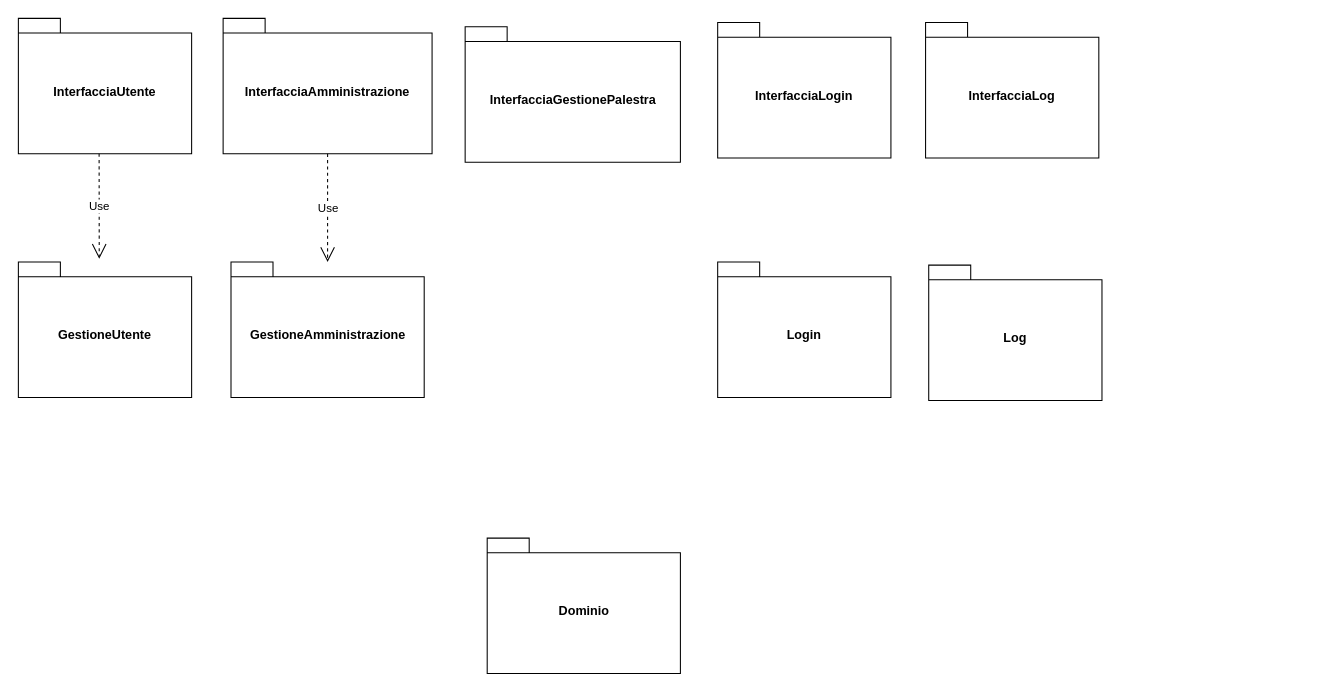
This is Diagrammi_Package/Utente.drawio from JosephBoom02/Progetto_Ingegneria_del_Software, a draw.io file, before an edit. Source tidied: cells renumbered, new cells numbered last; positions are measured from the earlier drawing's top-left corner, leaving out a move shared by most shapes. Both pictures are drawn from the tidied source at 105%, with x=0, y=0 at pixel (18, 18).
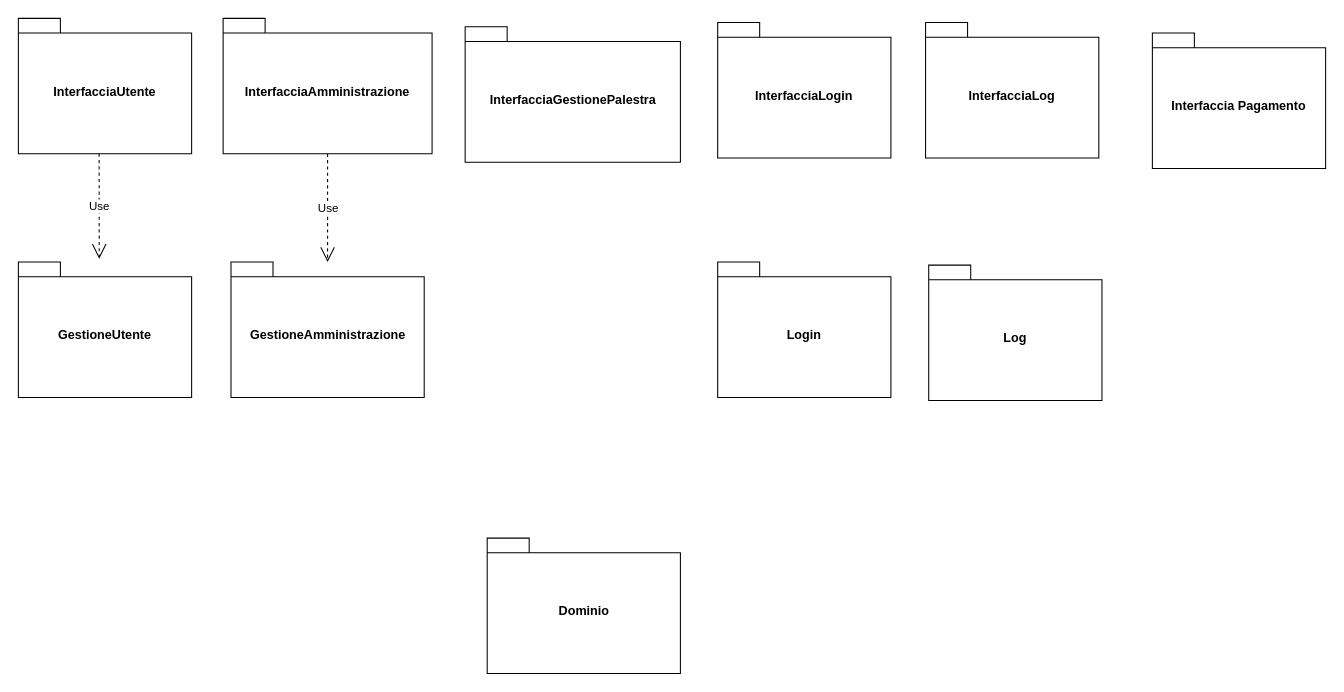
Above is the later version.

The edit, as a diff of the source:
```diff
@@
 <mxGraphModel>
   <root>
     <mxCell id="0" />
     <mxCell id="1" parent="0" />
     <mxCell id="2" value="InterfacciaUtente" style="shape=folder;fontStyle=1;spacingTop=10;tabWidth=40;tabHeight=14;tabPosition=left;html=1;whiteSpace=wrap;" parent="1" vertex="1">
       <mxGeometry width="165" height="129" as="geometry" />
     </mxCell>
     <mxCell id="3" value="InterfacciaGestionePalestra" style="shape=folder;fontStyle=1;spacingTop=10;tabWidth=40;tabHeight=14;tabPosition=left;html=1;whiteSpace=wrap;" parent="1" vertex="1">
       <mxGeometry x="425.5" y="8" width="205" height="129" as="geometry" />
     </mxCell>
     <mxCell id="4" value="InterfacciaAmministrazione" style="shape=folder;fontStyle=1;spacingTop=10;tabWidth=40;tabHeight=14;tabPosition=left;html=1;whiteSpace=wrap;" parent="1" vertex="1">
       <mxGeometry x="195" width="199" height="129" as="geometry" />
     </mxCell>
     <mxCell id="5" value="InterfacciaLogin" style="shape=folder;fontStyle=1;spacingTop=10;tabWidth=40;tabHeight=14;tabPosition=left;html=1;whiteSpace=wrap;" parent="1" vertex="1">
       <mxGeometry x="666" y="4" width="165" height="129" as="geometry" />
     </mxCell>
     <mxCell id="6" value="InterfacciaLog" style="shape=folder;fontStyle=1;spacingTop=10;tabWidth=40;tabHeight=14;tabPosition=left;html=1;whiteSpace=wrap;" parent="1" vertex="1">
       <mxGeometry x="864" y="4" width="165" height="129" as="geometry" />
     </mxCell>
     <mxCell id="7" value="GestioneUtente" style="shape=folder;fontStyle=1;spacingTop=10;tabWidth=40;tabHeight=14;tabPosition=left;html=1;whiteSpace=wrap;" parent="1" vertex="1">
       <mxGeometry y="232" width="165" height="129" as="geometry" />
     </mxCell>
     <mxCell id="8" value="GestioneAmministrazione" style="shape=folder;fontStyle=1;spacingTop=10;tabWidth=40;tabHeight=14;tabPosition=left;html=1;whiteSpace=wrap;" parent="1" vertex="1">
       <mxGeometry x="202.5" y="232" width="184" height="129" as="geometry" />
     </mxCell>
     <mxCell id="9" value="Log" style="shape=folder;fontStyle=1;spacingTop=10;tabWidth=40;tabHeight=14;tabPosition=left;html=1;whiteSpace=wrap;" parent="1" vertex="1">
       <mxGeometry x="867" y="235" width="165" height="129" as="geometry" />
     </mxCell>
     <mxCell id="10" value="Login" style="shape=folder;fontStyle=1;spacingTop=10;tabWidth=40;tabHeight=14;tabPosition=left;html=1;whiteSpace=wrap;" parent="1" vertex="1">
       <mxGeometry x="666" y="232" width="165" height="129" as="geometry" />
     </mxCell>
+    <mxCell id="14" value="Interfaccia Pagamento" style="shape=folder;fontStyle=1;spacingTop=10;tabWidth=40;tabHeight=14;tabPosition=left;html=1;whiteSpace=wrap;" parent="1" vertex="1">
+      <mxGeometry x="1080" y="14" width="165" height="129" as="geometry" />
+    </mxCell>
     <mxCell id="11" value="Dominio" style="shape=folder;fontStyle=1;spacingTop=10;tabWidth=40;tabHeight=14;tabPosition=left;html=1;whiteSpace=wrap;" parent="1" vertex="1">
       <mxGeometry x="446.5" y="495" width="184" height="129" as="geometry" />
     </mxCell>
     <mxCell id="12" value="Use" style="endArrow=open;endSize=12;dashed=1;html=1;rounded=0;exitX=0.466;exitY=0.999;exitDx=0;exitDy=0;exitPerimeter=0;" parent="1" edge="1" source="2">
       <mxGeometry relative="1" as="geometry">
         <mxPoint x="77" y="229" as="targetPoint" />
       </mxGeometry>
     </mxCell>
     <mxCell id="13" value="Use" style="endArrow=open;endSize=12;dashed=1;html=1;rounded=0;exitX=0.5;exitY=1;exitDx=0;exitDy=0;exitPerimeter=0;" parent="1" edge="1" source="4" target="8">
       <mxGeometry relative="1" as="geometry" />
     </mxCell>
   </root>
 </mxGraphModel>
```
